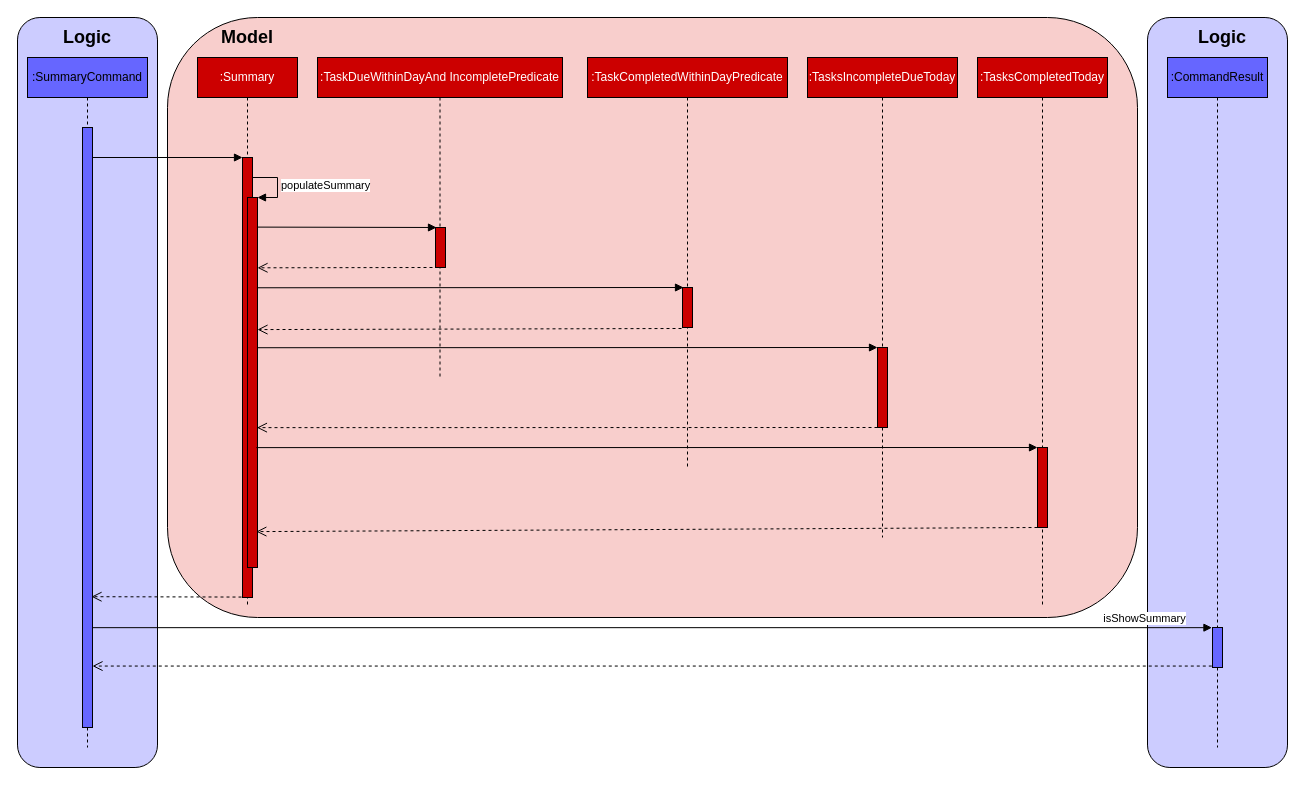
yapdianhao/main keeps this draw.io diagram as docs/diagrams/SummaryCommandSequenceDiagram.drawio. Above is the earlier version. Source tidied: cells renumbered, new cells numbered last; positions are measured from the earlier drawing's top-left corner, leaving out a move shared by most shapes. Both pictures are drawn from the tidied source at 100%, with x=0, y=0 at pixel (17, 17).
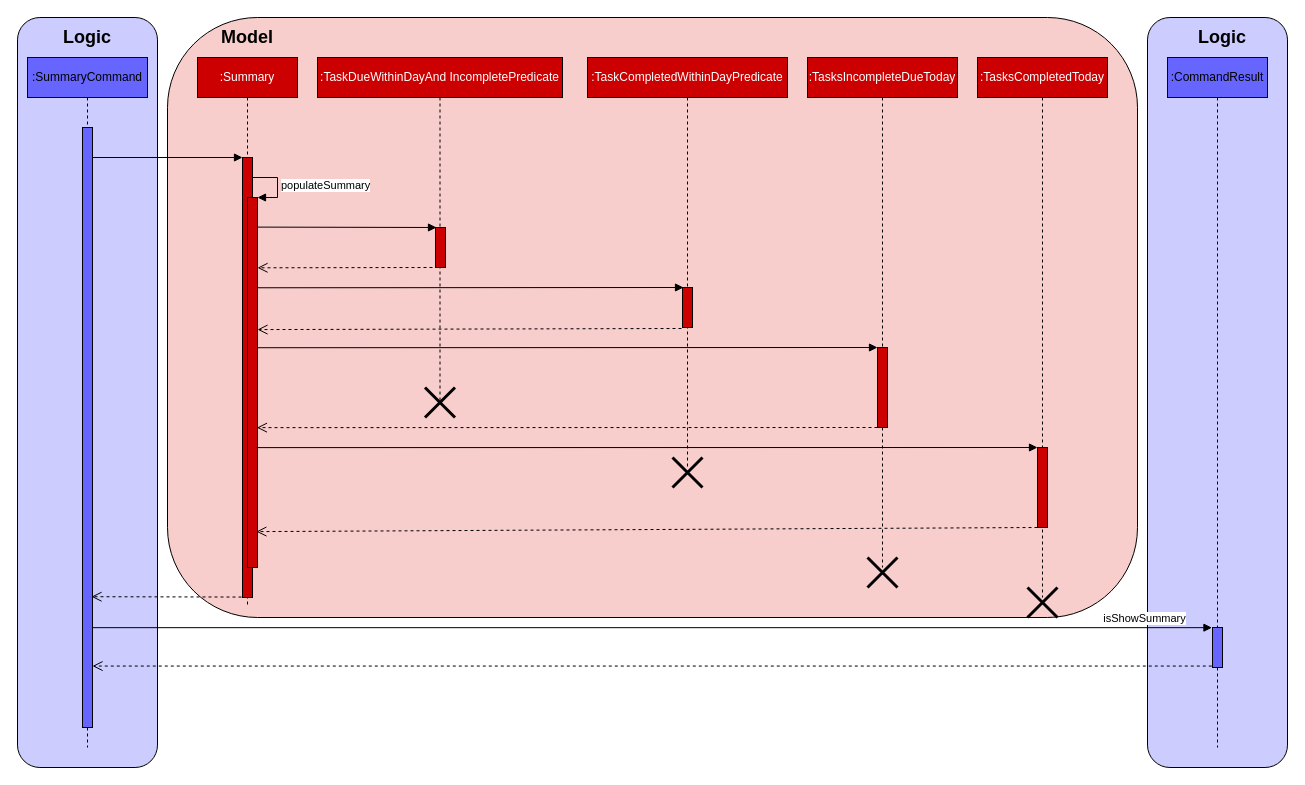
Above is the later version.

Commit message (it also covers changes not shown here):
Updated sequence diagrams in DG for SummaryCommand and SummarySwitchTab

The edit, as a diff of the source:
```diff
@@
     <mxCell id="11" value="&lt;font color=&quot;#ffffff&quot;&gt;:TaskDueWithinDayAnd IncompletePredicate&lt;/font&gt;" style="shape=umlLifeline;perimeter=lifelinePerimeter;whiteSpace=wrap;html=1;fillColor=#CC0000;" parent="1" vertex="1">
-      <mxGeometry x="300" y="40" width="245" height="320" as="geometry" />
+      <mxGeometry x="300" y="40" width="245" height="345" as="geometry" />
     </mxCell>
@@
+    <mxCell id="36" style="shape=umlDestroy;whiteSpace=wrap;html=1;strokeWidth=3;" parent="11" vertex="1">
+      <mxGeometry x="107.5" y="330" width="30" height="30" as="geometry" />
+    </mxCell>
@@
     <mxCell id="15" value="&lt;font color=&quot;#ffffff&quot;&gt;:TasksIncompleteDueToday&lt;/font&gt;" style="shape=umlLifeline;perimeter=lifelinePerimeter;whiteSpace=wrap;html=1;fillColor=#CC0000;" parent="1" vertex="1">
-      <mxGeometry x="790" y="40" width="150" height="480" as="geometry" />
+      <mxGeometry x="790" y="40" width="150" height="510" as="geometry" />
     </mxCell>
@@
+    <mxCell id="37" style="shape=umlDestroy;whiteSpace=wrap;html=1;strokeWidth=3;" parent="15" vertex="1">
+      <mxGeometry x="60" y="500" width="30" height="30" as="geometry" />
+    </mxCell>
     <mxCell id="17" value="&lt;font color=&quot;#ffffff&quot;&gt;:TasksCompletedToday&lt;/font&gt;" style="shape=umlLifeline;perimeter=lifelinePerimeter;whiteSpace=wrap;html=1;fillColor=#CC0000;" parent="1" vertex="1">
-      <mxGeometry x="960" y="40" width="130" height="550" as="geometry" />
+      <mxGeometry x="960" y="40" width="130" height="540" as="geometry" />
     </mxCell>
@@
+    <mxCell id="38" style="shape=umlDestroy;whiteSpace=wrap;html=1;strokeWidth=3;" parent="17" vertex="1">
+      <mxGeometry x="50" y="530" width="30" height="30" as="geometry" />
+    </mxCell>
@@
+    <mxCell id="39" style="shape=umlDestroy;whiteSpace=wrap;html=1;strokeWidth=3;" parent="1" vertex="1">
+      <mxGeometry x="655" y="440" width="30" height="30" as="geometry" />
+    </mxCell>
```
